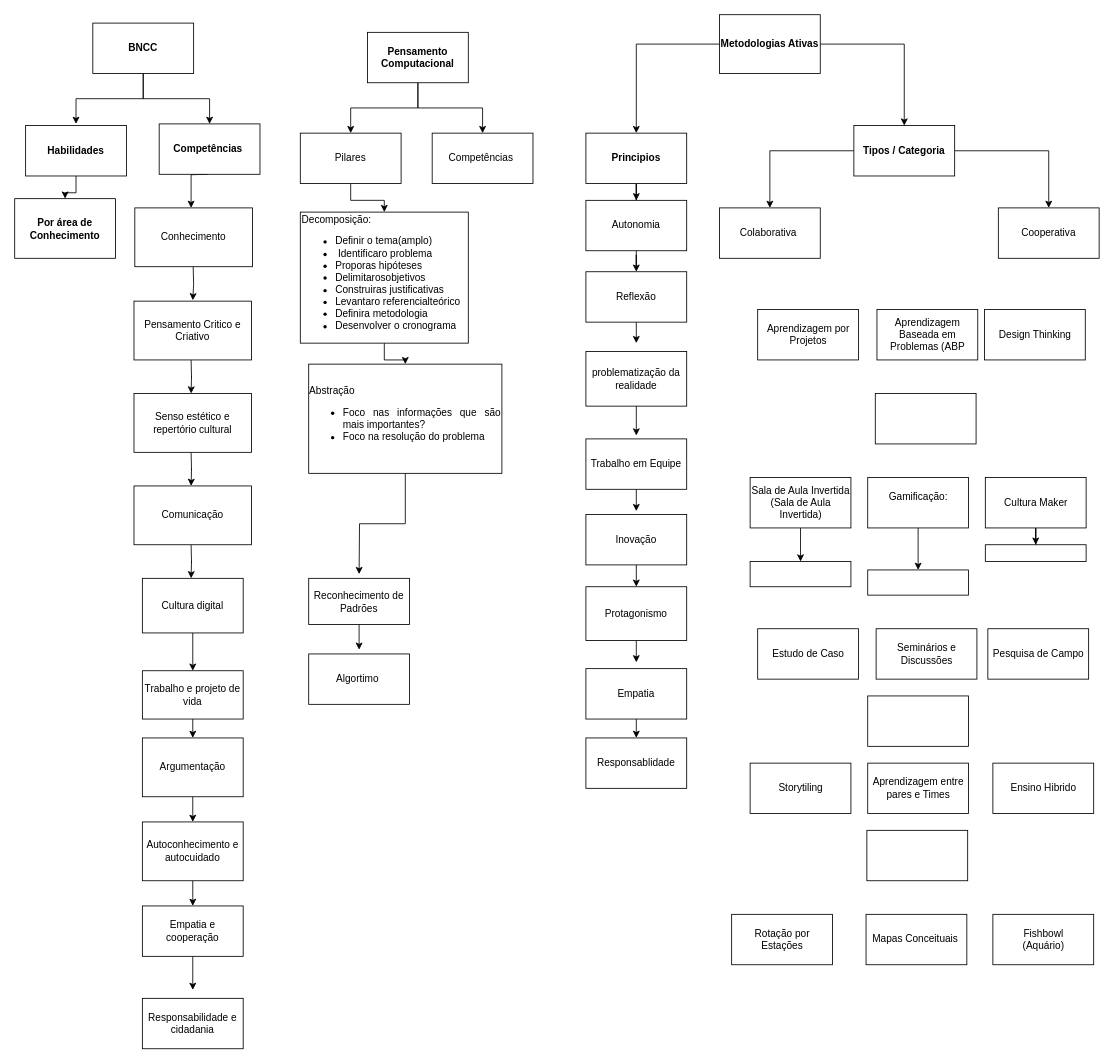
This is page "Página-1" (1 of 2) of Diagrama sem nome.drawio from RosianeSangali/RosianeSangali, a draw.io file, before an edit. Source tidied: cells renumbered, new cells numbered last; positions are measured from the earlier drawing's top-left corner, leaving out a move shared by most shapes. Both pictures are drawn from the tidied source at 84%, with x=0, y=0 at pixel (14, 14).
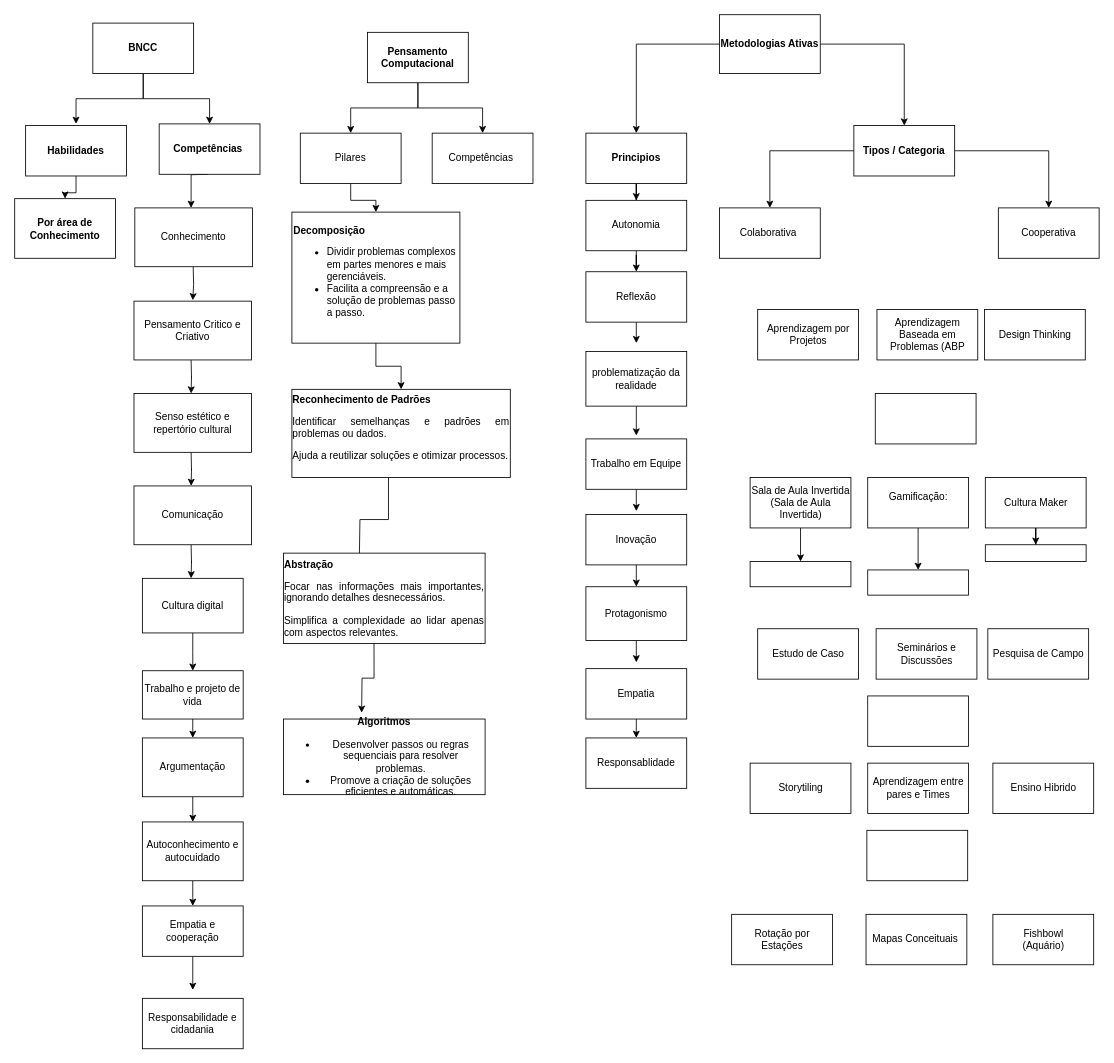
Above is the later version.

Change to the diagram source:
```diff
@@
-    <mxCell id="36" value="&lt;div style=&quot;text-align: justify;&quot;&gt;&lt;span style=&quot;background-color: initial;&quot;&gt;Decomposição:&lt;/span&gt;&lt;/div&gt;&lt;div&gt;&lt;ul&gt;&lt;li style=&quot;text-align: justify;&quot;&gt;&lt;span style=&quot;background-color: initial;&quot;&gt;Definir o tema(amplo)&lt;/span&gt;&lt;/li&gt;&lt;li style=&quot;text-align: justify;&quot;&gt;&amp;nbsp;Identificaro problema&lt;/li&gt;&lt;li style=&quot;text-align: justify;&quot;&gt;Proporas hipóteses&lt;/li&gt;&lt;li style=&quot;text-align: justify;&quot;&gt;Delimitarosobjetivos&lt;/li&gt;&lt;li style=&quot;text-align: justify;&quot;&gt;Construiras justificativas&amp;nbsp;&lt;/li&gt;&lt;li style=&quot;text-align: justify;&quot;&gt;Levantaro referencialteórico&amp;nbsp;&lt;/li&gt;&lt;li style=&quot;text-align: justify;&quot;&gt;Definira metodologia&amp;nbsp;&lt;/li&gt;&lt;li style=&quot;text-align: justify;&quot;&gt;Desenvolver o cronograma&lt;/li&gt;&lt;/ul&gt;&lt;/div&gt;" style="rounded=0;whiteSpace=wrap;html=1;align=left;" parent="1" vertex="1">
-      <mxGeometry x="340" y="235" width="200" height="156" as="geometry" />
+    <mxCell id="36" value="&#10;&lt;p&gt;&lt;strong&gt;Decomposição&lt;/strong&gt;&lt;/p&gt;&lt;ul&gt;&lt;li&gt;Dividir problemas complexos em partes menores e mais gerenciáveis.&lt;/li&gt;&lt;li&gt;Facilita a compreensão e a solução de problemas passo a passo.&lt;/li&gt;&lt;/ul&gt;&#10;&#10;" style="rounded=0;whiteSpace=wrap;html=1;align=left;" parent="1" vertex="1">
+      <mxGeometry x="330" y="235" width="200" height="156" as="geometry" />
     </mxCell>
@@
     <mxCell id="61" style="edgeStyle=orthogonalEdgeStyle;rounded=0;jettySize=auto;html=1;" parent="1" edge="1" source="62">
       <mxGeometry relative="1" as="geometry">
         <mxPoint x="410" y="666" as="targetPoint" />
+        <Array as="points">
+          <mxPoint x="445" y="601" />
+          <mxPoint x="411" y="601" />
+        </Array>
       </mxGeometry>
     </mxCell>
-    <mxCell id="62" value="&lt;div style=&quot;text-align: left;&quot;&gt;&lt;span style=&quot;background-color: initial;&quot;&gt;Abstração&amp;nbsp;&lt;/span&gt;&lt;/div&gt;&lt;ul&gt;&lt;li style=&quot;text-align: justify;&quot;&gt;Foco nas informações que são mais importantes?&lt;/li&gt;&lt;li style=&quot;text-align: justify;&quot;&gt;Foco na resolução do problema&lt;/li&gt;&lt;/ul&gt;" style="whiteSpace=wrap;html=1;rounded=0;" parent="1" vertex="1">
-      <mxGeometry x="350" y="416" width="230" height="130" as="geometry" />
+    <mxCell id="62" value="&lt;div style=&quot;text-align: justify;&quot;&gt;&lt;br&gt;&lt;/div&gt;&lt;p style=&quot;text-align: justify;&quot;&gt;&lt;strong&gt;Reconhecimento de Padrões&lt;/strong&gt;&lt;/p&gt;&lt;p style=&quot;text-align: justify;&quot;&gt;&lt;span style=&quot;background-color: initial;&quot;&gt;Identificar semelhanças e padrões em problemas ou dados.&lt;/span&gt;&lt;/p&gt;&lt;p style=&quot;text-align: justify;&quot;&gt;&lt;span style=&quot;background-color: initial;&quot;&gt;Ajuda a reutilizar soluções e otimizar processos.&lt;/span&gt;&lt;/p&gt;&lt;div style=&quot;text-align: justify;&quot;&gt;&lt;br&gt;&lt;/div&gt;&lt;div style=&quot;text-align: justify;&quot;&gt;&lt;br&gt;&lt;/div&gt;" style="whiteSpace=wrap;html=1;rounded=0;" parent="1" vertex="1">
+      <mxGeometry x="330" y="446" width="260" height="105" as="geometry" />
     </mxCell>
@@
-    <mxCell id="74" style="edgeStyle=orthogonalEdgeStyle;rounded=0;jettySize=auto;html=1;" parent="1" edge="1" source="75">
+    <mxCell id="74" style="edgeStyle=orthogonalEdgeStyle;rounded=0;jettySize=auto;html=1;exitX=0.449;exitY=0.996;exitDx=0;exitDy=0;exitPerimeter=0;" parent="1" edge="1" source="75">
       <mxGeometry relative="1" as="geometry">
-        <mxPoint x="410" y="756" as="targetPoint" />
+        <mxPoint x="413" y="831" as="targetPoint" />
       </mxGeometry>
     </mxCell>
-    <mxCell id="75" value="Reconhecimento de Padrões" style="whiteSpace=wrap;html=1;rounded=0;" parent="1" vertex="1">
-      <mxGeometry x="350" y="671" width="120" height="55" as="geometry" />
+    <mxCell id="75" value="&lt;div style=&quot;text-align: left;&quot;&gt;&lt;p style=&quot;text-align: justify;&quot;&gt;&lt;strong&gt;Abstração&lt;/strong&gt;&lt;/p&gt;&lt;p style=&quot;text-align: justify;&quot;&gt;&lt;span style=&quot;background-color: initial;&quot;&gt;Focar nas informações mais importantes, ignorando detalhes desnecessários.&lt;/span&gt;&lt;/p&gt;&lt;p style=&quot;text-align: justify;&quot;&gt;&lt;span style=&quot;background-color: initial;&quot;&gt;Simplifica a complexidade ao lidar apenas com aspectos relevantes.&lt;/span&gt;&lt;/p&gt;&lt;/div&gt;" style="whiteSpace=wrap;html=1;rounded=0;" parent="1" vertex="1">
+      <mxGeometry x="320" y="641" width="240" height="107.5" as="geometry" />
     </mxCell>
-    <mxCell id="76" value="Algortimo&amp;nbsp;" style="whiteSpace=wrap;html=1;rounded=0;" parent="1" vertex="1">
-      <mxGeometry x="350" y="761" width="120" height="60" as="geometry" />
+    <mxCell id="76" value="&lt;p&gt;&lt;strong&gt;Algoritmos&lt;/strong&gt;&lt;/p&gt;&lt;ul&gt;&lt;li&gt;Desenvolver passos ou regras sequenciais para resolver problemas.&lt;/li&gt;&lt;li&gt;Promove a criação de soluções eficientes e automáticas.&lt;/li&gt;&lt;/ul&gt;" style="whiteSpace=wrap;html=1;rounded=0;" parent="1" vertex="1">
+      <mxGeometry x="320" y="838.5" width="240" height="90" as="geometry" />
     </mxCell>
```
